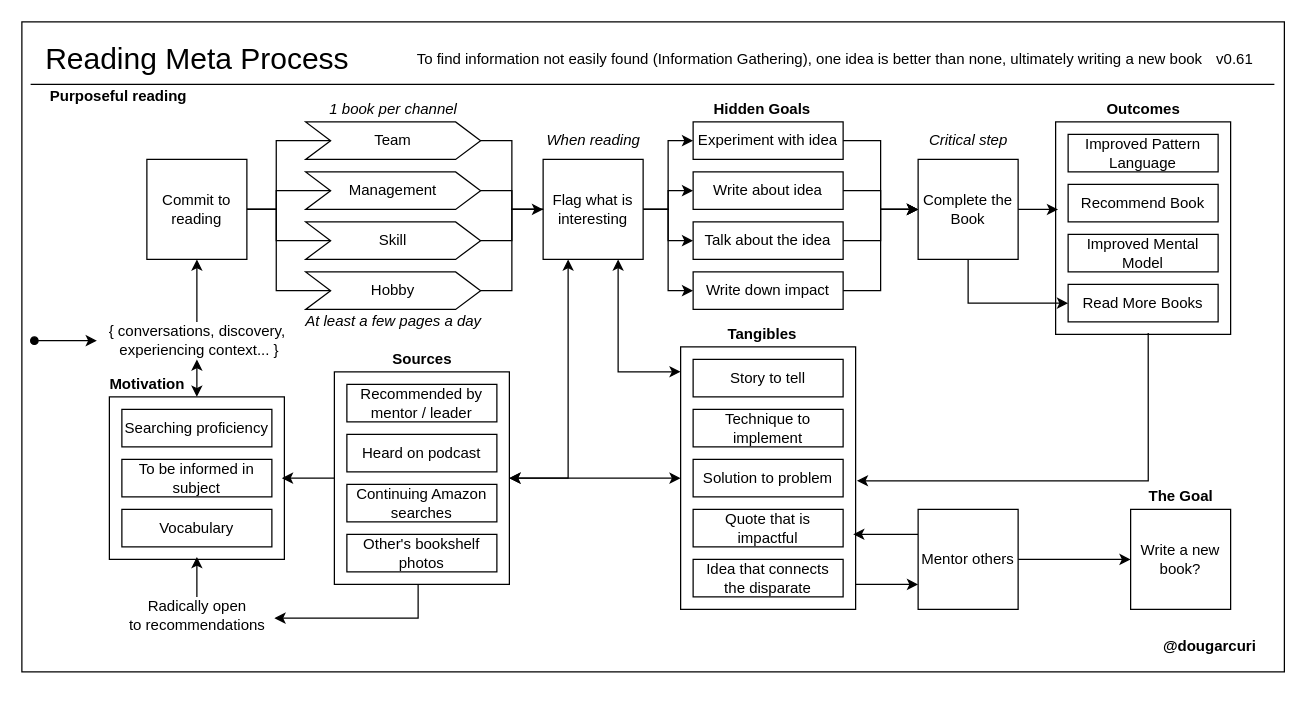
solidi/learning-notes keeps this draw.io diagram as books/diagrams/reading-process.drawio. Above is the earlier version. Source tidied: cells renumbered, new cells numbered last; positions are measured from the earlier drawing's top-left corner, leaving out a move shared by most shapes. Both pictures are drawn from the tidied source at 125%, with x=0, y=0 at pixel (21, 21).
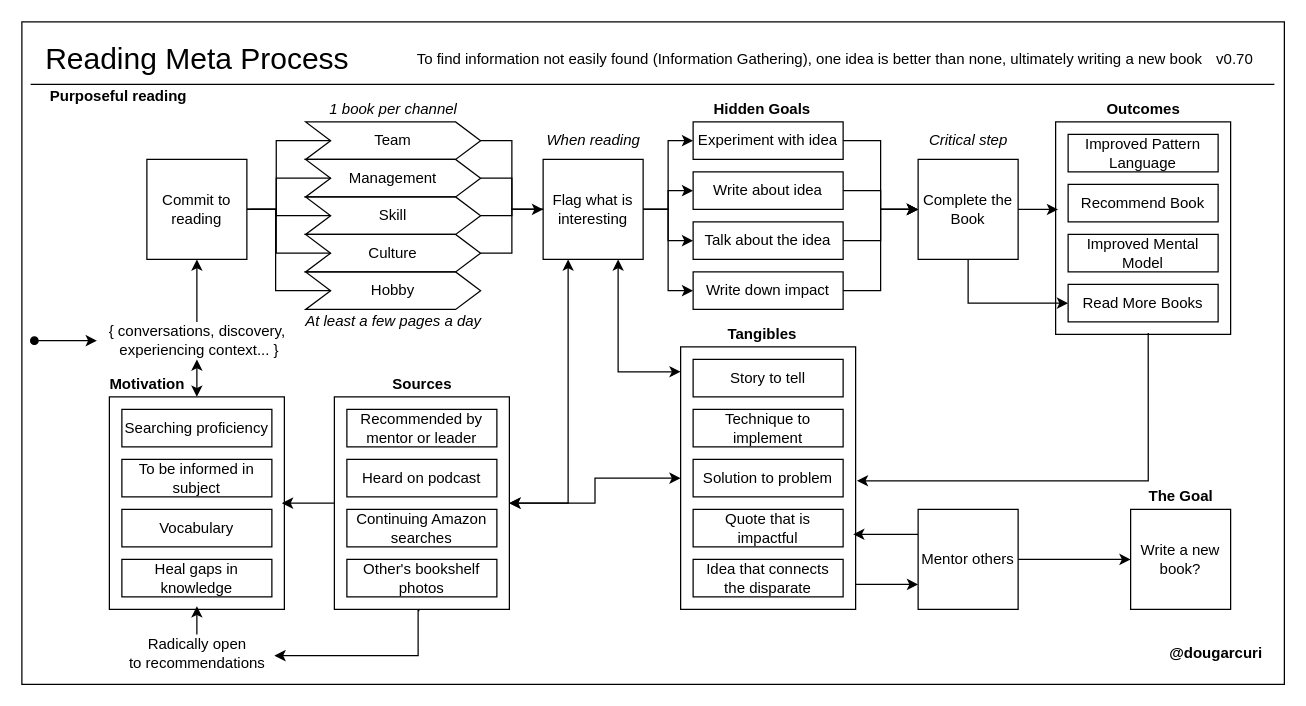
Above is the later version.

Commit message (it also covers changes not shown here):
Add culture and healing gaps to the reading process

Unchanged cells that the change refers to:
```xml
<mxCell id="11" value="Commit to reading" style="whiteSpace=wrap;html=1;" parent="1" vertex="1">
  <mxGeometry x="100" y="110" width="80" height="80" as="geometry" />
</mxCell>
<mxCell id="44" value="Team" style="shape=step;perimeter=stepPerimeter;whiteSpace=wrap;html=1;fixedSize=1;fillColor=none;" parent="1" vertex="1">
  <mxGeometry x="227" y="80" width="140" height="30" as="geometry" />
</mxCell>
```

Change to the diagram source:
```diff
@@
     <mxCell id="2" style="rounded=0;whiteSpace=wrap;html=1;fillColor=none;" parent="1" vertex="1">
-      <mxGeometry width="1010" height="520" as="geometry" />
+      <mxGeometry width="1010" height="530" as="geometry" />
     </mxCell>
@@
-    <mxCell id="8" style="edgeStyle=orthogonalEdgeStyle;rounded=0;jettySize=auto;html=1;exitX=1;exitY=0.5;exitDx=0;exitDy=0;entryX=0;entryY=0.5;entryDx=0;entryDy=0;endArrow=none;endFill=0;" parent="1" edge="1" source="11" target="44">
+    <mxCell id="8" style="edgeStyle=orthogonalEdgeStyle;rounded=0;jettySize=auto;html=1;exitX=1;exitY=0.5;exitDx=0;exitDy=0;entryX=0;entryY=0.5;entryDx=0;entryDy=0;startArrow=none;startFill=0;endArrow=none;endFill=0;" parent="1" edge="1" source="11" target="44">
       <mxGeometry relative="1" as="geometry" />
     </mxCell>
-    <mxCell id="9" style="edgeStyle=orthogonalEdgeStyle;rounded=0;jettySize=auto;html=1;exitX=1;exitY=0.5;exitDx=0;exitDy=0;entryX=0;entryY=0.5;entryDx=0;entryDy=0;endArrow=none;endFill=0;" parent="1" edge="1" source="11" target="46">
+    <mxCell id="9" style="edgeStyle=orthogonalEdgeStyle;rounded=0;jettySize=auto;html=1;exitX=1;exitY=0.5;exitDx=0;exitDy=0;entryX=0;entryY=0.5;entryDx=0;entryDy=0;startArrow=none;startFill=0;endArrow=none;endFill=0;" parent="1" edge="1" source="11" target="46">
       <mxGeometry relative="1" as="geometry" />
     </mxCell>
-    <mxCell id="10" style="edgeStyle=orthogonalEdgeStyle;rounded=0;jettySize=auto;html=1;exitX=1;exitY=0.5;exitDx=0;exitDy=0;entryX=0;entryY=0.5;entryDx=0;entryDy=0;endArrow=none;endFill=0;" parent="1" edge="1" source="11" target="48">
+    <mxCell id="10" style="edgeStyle=orthogonalEdgeStyle;rounded=0;jettySize=auto;html=1;exitX=1;exitY=0.5;exitDx=0;exitDy=0;entryX=0;entryY=0.5;entryDx=0;entryDy=0;startArrow=none;startFill=0;endArrow=none;endFill=0;" parent="1" edge="1" source="11" target="48">
       <mxGeometry relative="1" as="geometry" />
     </mxCell>
+    <mxCell id="86" style="edgeStyle=orthogonalEdgeStyle;rounded=0;jettySize=auto;html=1;exitX=1;exitY=0.5;exitDx=0;exitDy=0;entryX=0;entryY=0.5;entryDx=0;entryDy=0;startArrow=none;startFill=0;endArrow=none;endFill=0;" parent="1" edge="1" source="11" target="51">
+      <mxGeometry relative="1" as="geometry" />
+    </mxCell>
+    <mxCell id="87" style="edgeStyle=orthogonalEdgeStyle;rounded=0;jettySize=auto;html=1;exitX=1;exitY=0.5;exitDx=0;exitDy=0;startArrow=none;startFill=0;endArrow=none;endFill=0;" parent="1" edge="1" target="88">
+      <mxGeometry relative="1" as="geometry">
+        <mxPoint x="183" y="150" as="sourcePoint" />
+        <Array as="points">
+          <mxPoint x="203" y="150" />
+          <mxPoint x="203" y="215" />
+        </Array>
+      </mxGeometry>
+    </mxCell>
@@
-    <mxCell id="25" value="v0.61" style="text;html=1;align=center;verticalAlign=middle;" parent="1" vertex="1">
+    <mxCell id="25" value="v0.70" style="text;html=1;align=center;verticalAlign=middle;" parent="1" vertex="1">
       <mxGeometry x="950" y="20" width="40" height="20" as="geometry" />
     </mxCell>
     <mxCell id="26" value="&lt;b&gt;@dougarcuri&lt;/b&gt;" style="text;html=1;align=center;verticalAlign=middle;" parent="1" vertex="1">
-      <mxGeometry x="905" y="490" width="90" height="20" as="geometry" />
+      <mxGeometry x="910" y="495" width="90" height="20" as="geometry" />
     </mxCell>
@@
     <mxCell id="33" value="Radically open&lt;br&gt;to recommendations" style="text;html=1;align=center;verticalAlign=middle;points=[];" parent="1" vertex="1">
-      <mxGeometry x="80" y="460" width="120" height="30" as="geometry" />
+      <mxGeometry x="80" y="490" width="120" height="30" as="geometry" />
     </mxCell>
@@
     <mxCell id="46" value="Management" style="shape=step;perimeter=stepPerimeter;whiteSpace=wrap;html=1;fixedSize=1;fillColor=none;" parent="1" vertex="1">
-      <mxGeometry x="227" y="120" width="140" height="30" as="geometry" />
+      <mxGeometry x="227" y="110" width="140" height="30" as="geometry" />
     </mxCell>
@@
     <mxCell id="48" value="Skill" style="shape=step;perimeter=stepPerimeter;whiteSpace=wrap;html=1;fixedSize=1;fillColor=none;" parent="1" vertex="1">
-      <mxGeometry x="227" y="160" width="140" height="30" as="geometry" />
+      <mxGeometry x="227" y="140" width="140" height="30" as="geometry" />
     </mxCell>
@@
-    <mxCell id="50" style="edgeStyle=orthogonalEdgeStyle;rounded=0;jettySize=auto;html=1;exitX=0;exitY=0.5;exitDx=0;exitDy=0;entryX=1;entryY=0.5;entryDx=0;entryDy=0;endArrow=none;endFill=0;" parent="1" edge="1" source="51" target="11">
-      <mxGeometry relative="1" as="geometry" />
-    </mxCell>
-    <mxCell id="51" value="Hobby" style="shape=step;perimeter=stepPerimeter;whiteSpace=wrap;html=1;fixedSize=1;fillColor=none;" parent="1" vertex="1">
-      <mxGeometry x="227" y="200" width="140" height="30" as="geometry" />
+    <mxCell id="51" value="Culture" style="shape=step;perimeter=stepPerimeter;whiteSpace=wrap;html=1;fixedSize=1;fillColor=none;" parent="1" vertex="1">
+      <mxGeometry x="227" y="170" width="140" height="30" as="geometry" />
     </mxCell>
@@
-    <mxCell id="66" style="group;" parent="1" vertex="1">
-      <mxGeometry x="60" y="280" width="150" height="150" as="geometry" />
-    </mxCell>
-    <mxCell id="67" style="verticalLabelPosition=bottom;verticalAlign=top;html=1;shape=mxgraph.basic.rect;fillColor2=none;strokeWidth=1;size=20;indent=5;fillColor=none;" parent="66" vertex="1">
-      <mxGeometry x="10" y="20" width="140" height="130" as="geometry" />
-    </mxCell>
-    <mxCell id="68" value="&lt;b&gt;Motivation&lt;/b&gt;" style="text;html=1;align=center;verticalAlign=middle;" parent="66" vertex="1">
-      <mxGeometry width="80" height="20" as="geometry" />
-    </mxCell>
-    <mxCell id="69" value="Searching proficiency" style="rounded=0;whiteSpace=wrap;html=1;" parent="66" vertex="1">
-      <mxGeometry x="20" y="30" width="120" height="30" as="geometry" />
-    </mxCell>
-    <mxCell id="70" value="To be informed in subject" style="rounded=0;whiteSpace=wrap;html=1;" parent="66" vertex="1">
-      <mxGeometry x="20" y="70" width="120" height="30" as="geometry" />
-    </mxCell>
-    <mxCell id="71" value="Vocabulary" style="rounded=0;whiteSpace=wrap;html=1;" parent="66" vertex="1">
-      <mxGeometry x="20" y="110" width="120" height="30" as="geometry" />
-    </mxCell>
@@
-    <mxCell id="73" style="edgeStyle=orthogonalEdgeStyle;rounded=0;jettySize=auto;html=1;entryX=1.017;entryY=0.567;entryDx=0;entryDy=0;entryPerimeter=0;startArrow=none;startFill=0;endArrow=classic;endFill=1;" parent="1" edge="1" source="74" target="33">
+    <mxCell id="73" style="edgeStyle=orthogonalEdgeStyle;rounded=0;jettySize=auto;html=1;entryX=1.017;entryY=0.567;entryDx=0;entryDy=0;entryPerimeter=0;startArrow=none;startFill=0;endArrow=classic;endFill=1;exitX=0.486;exitY=1.006;exitDx=0;exitDy=0;exitPerimeter=0;" parent="1" edge="1" source="74" target="33">
       <mxGeometry relative="1" as="geometry">
         <Array as="points">
-          <mxPoint x="317" y="477" />
+          <mxPoint x="317" y="471" />
+          <mxPoint x="317" y="507" />
         </Array>
       </mxGeometry>
     </mxCell>
     <mxCell id="74" style="verticalLabelPosition=bottom;verticalAlign=top;html=1;shape=mxgraph.basic.rect;fillColor2=none;strokeWidth=1;size=20;indent=5;fillColor=none;" parent="1" vertex="1">
-      <mxGeometry x="250" y="280" width="140" height="170" as="geometry" />
+      <mxGeometry x="250" y="300" width="140" height="170" as="geometry" />
     </mxCell>
     <mxCell id="75" value="&lt;b&gt;Sources&lt;/b&gt;" style="text;html=1;align=center;verticalAlign=middle;" parent="1" vertex="1">
-      <mxGeometry x="290" y="260" width="60" height="20" as="geometry" />
+      <mxGeometry x="290" y="280" width="60" height="20" as="geometry" />
     </mxCell>
-    <mxCell id="76" value="Recommended by mentor / leader" style="rounded=0;whiteSpace=wrap;html=1;" parent="1" vertex="1">
-      <mxGeometry x="260" y="290" width="120" height="30" as="geometry" />
+    <mxCell id="76" value="Recommended by mentor or leader" style="rounded=0;whiteSpace=wrap;html=1;" parent="1" vertex="1">
+      <mxGeometry x="260" y="310" width="120" height="30" as="geometry" />
     </mxCell>
     <mxCell id="77" value="Heard on podcast" style="rounded=0;whiteSpace=wrap;html=1;" parent="1" vertex="1">
-      <mxGeometry x="260" y="330" width="120" height="30" as="geometry" />
+      <mxGeometry x="260" y="350" width="120" height="30" as="geometry" />
     </mxCell>
     <mxCell id="78" value="Continuing Amazon searches" style="rounded=0;whiteSpace=wrap;html=1;" parent="1" vertex="1">
-      <mxGeometry x="260" y="370" width="120" height="30" as="geometry" />
+      <mxGeometry x="260" y="390" width="120" height="30" as="geometry" />
     </mxCell>
@@
     <mxCell id="85" value="Other's bookshelf photos" style="rounded=0;whiteSpace=wrap;html=1;" parent="1" vertex="1">
-      <mxGeometry x="260" y="410" width="120" height="30" as="geometry" />
+      <mxGeometry x="260" y="430" width="120" height="30" as="geometry" />
     </mxCell>
+    <mxCell id="88" value="Hobby" style="shape=step;perimeter=stepPerimeter;whiteSpace=wrap;html=1;fixedSize=1;fillColor=none;" parent="1" vertex="1">
+      <mxGeometry x="227" y="200" width="140" height="30" as="geometry" />
+    </mxCell>
+    <mxCell id="89" value="Heal gaps in knowledge" style="rounded=0;whiteSpace=wrap;html=1;" parent="1" vertex="1">
+      <mxGeometry x="80" y="430" width="120" height="30" as="geometry" />
+    </mxCell>
+    <mxCell id="67" style="verticalLabelPosition=bottom;verticalAlign=top;html=1;shape=mxgraph.basic.rect;fillColor2=none;strokeWidth=1;size=20;indent=5;fillColor=none;" parent="1" vertex="1">
+      <mxGeometry x="70" y="300" width="140" height="170" as="geometry" />
+    </mxCell>
+    <mxCell id="68" value="&lt;b&gt;Motivation&lt;/b&gt;" style="text;html=1;align=center;verticalAlign=middle;" parent="1" vertex="1">
+      <mxGeometry x="60" y="280" width="80" height="20" as="geometry" />
+    </mxCell>
+    <mxCell id="69" value="Searching proficiency" style="rounded=0;whiteSpace=wrap;html=1;" parent="1" vertex="1">
+      <mxGeometry x="80" y="310" width="120" height="30" as="geometry" />
+    </mxCell>
+    <mxCell id="70" value="To be informed in subject" style="rounded=0;whiteSpace=wrap;html=1;" parent="1" vertex="1">
+      <mxGeometry x="80" y="350" width="120" height="30" as="geometry" />
+    </mxCell>
+    <mxCell id="71" value="Vocabulary" style="rounded=0;whiteSpace=wrap;html=1;" parent="1" vertex="1">
+      <mxGeometry x="80" y="390" width="120" height="30" as="geometry" />
+    </mxCell>
```
